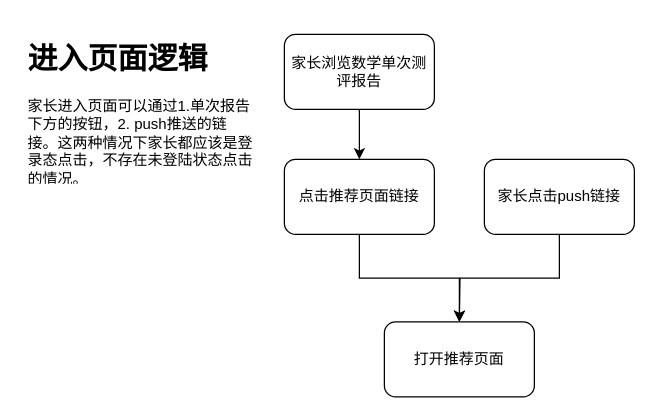
Earlier version of the draw.io diagram lpe_entry_flowchart.drawio (henrishi/drawio). Source tidied: cells renumbered, new cells numbered last; positions are measured from the earlier drawing's top-left corner, leaving out a move shared by most shapes. Both pictures are drawn from the tidied source at 125%, with x=0, y=0 at pixel (21, 34).
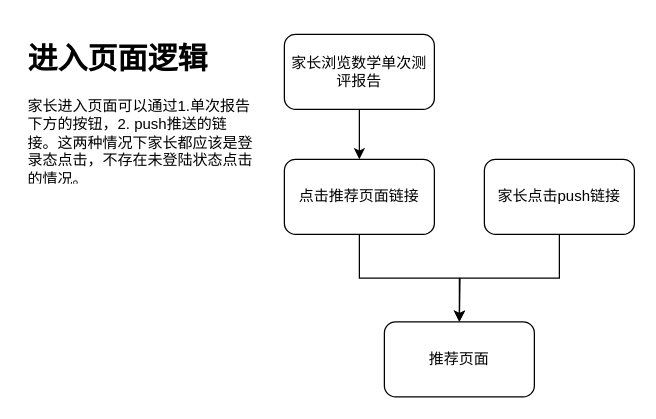
The same page after the edit.

Diff of the diagram source:
```diff
@@
 <mxGraphModel>
   <root>
     <mxCell id="0" />
     <mxCell id="1" parent="0" />
     <mxCell id="2" style="edgeStyle=orthogonalEdgeStyle;rounded=0;jettySize=auto;html=1;exitX=0.5;exitY=1;exitDx=0;exitDy=0;entryX=0.5;entryY=0;entryDx=0;entryDy=0;" parent="1" edge="1" source="3" target="7">
       <mxGeometry relative="1" as="geometry" />
     </mxCell>
     <mxCell id="3" value="&lt;span&gt;家长浏览数学单次测评报告&lt;/span&gt;" style="rounded=1;whiteSpace=wrap;html=1;" parent="1" vertex="1">
       <mxGeometry x="210" width="120" height="60" as="geometry" />
     </mxCell>
     <mxCell id="4" style="edgeStyle=orthogonalEdgeStyle;rounded=0;jettySize=auto;html=1;exitX=0.5;exitY=1;exitDx=0;exitDy=0;" parent="1" edge="1" source="5">
       <mxGeometry relative="1" as="geometry">
         <mxPoint x="350" y="230" as="targetPoint" />
       </mxGeometry>
     </mxCell>
     <mxCell id="5" value="&lt;span&gt;家长点击push链接&lt;/span&gt;" style="rounded=1;whiteSpace=wrap;html=1;" parent="1" vertex="1">
       <mxGeometry x="370" y="100" width="120" height="60" as="geometry" />
     </mxCell>
     <mxCell id="6" style="edgeStyle=orthogonalEdgeStyle;rounded=0;jettySize=auto;html=1;exitX=0.5;exitY=1;exitDx=0;exitDy=0;entryX=0.5;entryY=0;entryDx=0;entryDy=0;" parent="1" edge="1" source="7" target="9">
       <mxGeometry relative="1" as="geometry" />
     </mxCell>
     <mxCell id="7" value="&lt;span&gt;点击推荐页面链接&lt;/span&gt;" style="rounded=1;whiteSpace=wrap;html=1;" parent="1" vertex="1">
       <mxGeometry x="210" y="100" width="120" height="60" as="geometry" />
     </mxCell>
     <mxCell id="8" value="&lt;h1&gt;进入页面逻辑&lt;/h1&gt;&lt;p&gt;家长进入页面可以通过1.单次报告下方的按钮，2. push推送的链接。这两种情况下家长都应该是登录态点击，不存在未登陆状态点击的情况。&lt;/p&gt;" style="text;html=1;strokeColor=none;fillColor=none;spacing=5;spacingTop=-20;whiteSpace=wrap;overflow=hidden;rounded=0;" parent="1" vertex="1">
       <mxGeometry width="191" height="120" as="geometry" />
     </mxCell>
-    <mxCell id="9" value="打开推荐页面" style="rounded=1;whiteSpace=wrap;html=1;" parent="1" vertex="1">
+    <mxCell id="9" value="推荐页面" style="rounded=1;whiteSpace=wrap;html=1;" parent="1" vertex="1">
       <mxGeometry x="290" y="230" width="120" height="60" as="geometry" />
     </mxCell>
   </root>
 </mxGraphModel>
```
